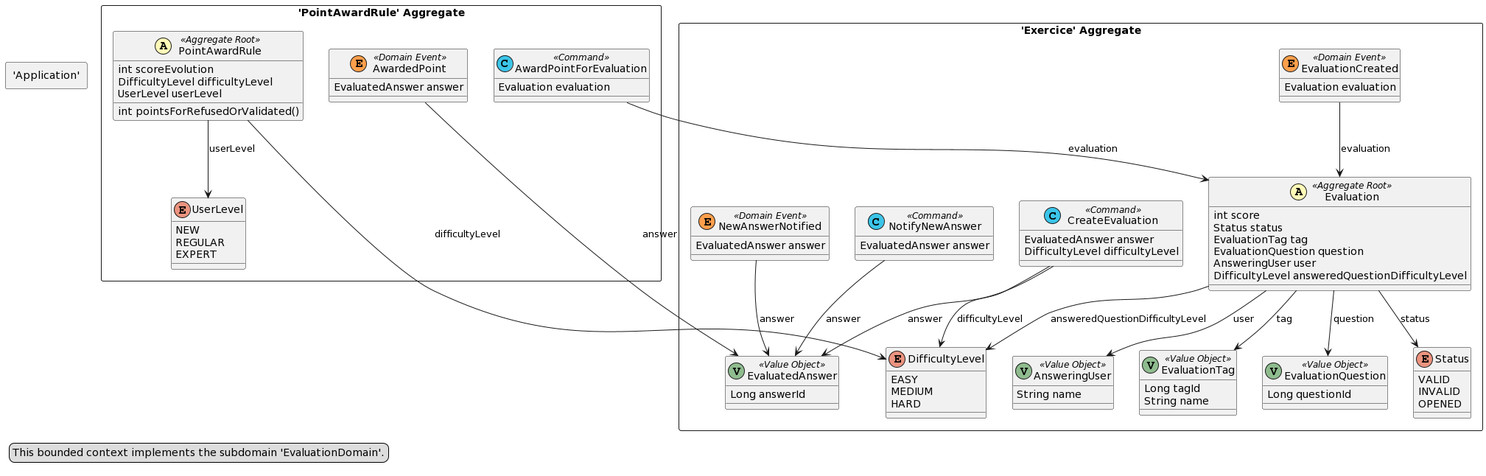
This is doc/dist/src-gen/gamedev_BC_EvaluationContext.png from esgi-lyon/question-ddd, a PlantUML export, as it was before one commit.
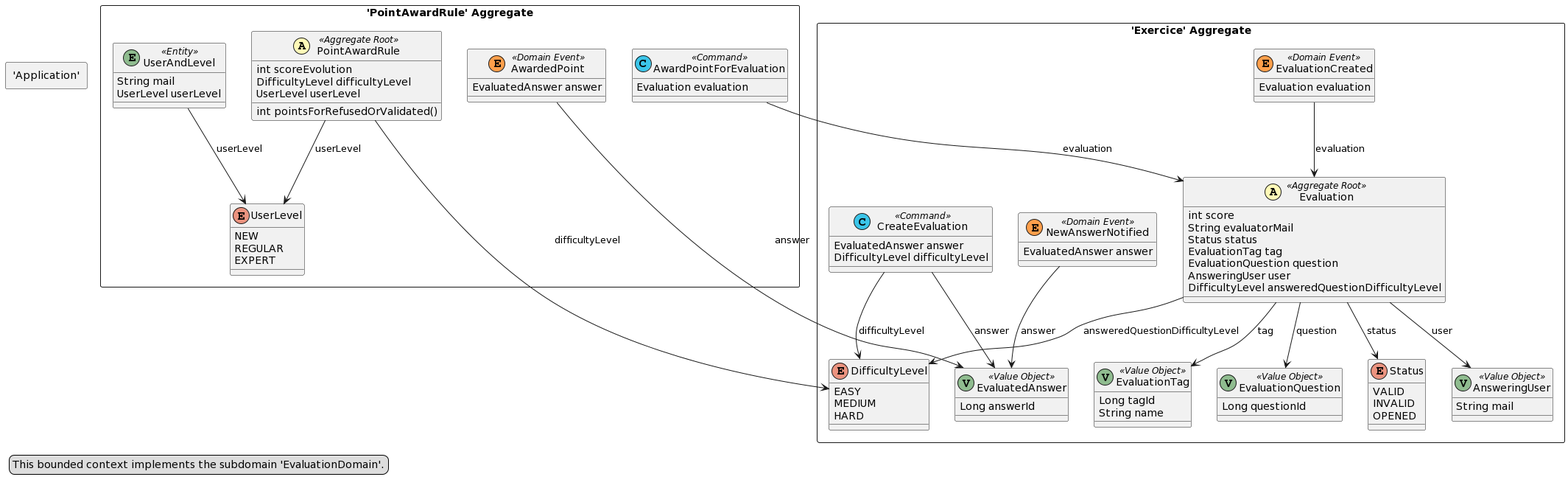
After the commit.

The edit, as a diff of the source:
```diff
@@ -4,6 +4,7 @@
 package "'Exercice' Aggregate" <<Rectangle>> {
 	class Evaluation <<(A,#fffab8) Aggregate Root>> {
 		int score
+		String evaluatorMail
 		Status status
 		EvaluationTag tag
 		EvaluationQuestion question
@@ -21,7 +22,7 @@
 		HARD
 	}
 	class AnsweringUser <<(V,DarkSeaGreen) Value Object>> {
-		String name
+		String mail
 	}
 	class EvaluationTag <<(V,DarkSeaGreen) Value Object>> {
 		Long tagId
@@ -43,9 +44,6 @@
 		EvaluatedAnswer answer
 		DifficultyLevel difficultyLevel
 	}
-	class NotifyNewAnswer <<(C,#3bc5e9) Command>> {
-		EvaluatedAnswer answer
-	}
 }
 package "'PointAwardRule' Aggregate" <<Rectangle>> {
 	class PointAwardRule <<(A,#fffab8) Aggregate Root>> {
@@ -53,6 +51,10 @@
 		DifficultyLevel difficultyLevel
 		UserLevel userLevel
 		int pointsForRefusedOrValidated()
+	}
+	class UserAndLevel <<(E,DarkSeaGreen) Entity>> {
+		String mail
+		UserLevel userLevel
 	}
 	enum UserLevel {
 		NEW
@@ -83,7 +85,7 @@
 PointAwardRule --> DifficultyLevel : difficultyLevel
 Evaluation --> AnsweringUser : user
 Evaluation --> EvaluationQuestion : question
-NotifyNewAnswer --> EvaluatedAnswer : answer
+UserAndLevel --> UserLevel : userLevel
 EvaluationCreated --> Evaluation : evaluation
 legend left
   This bounded context implements the subdomain 'EvaluationDomain'.
```
